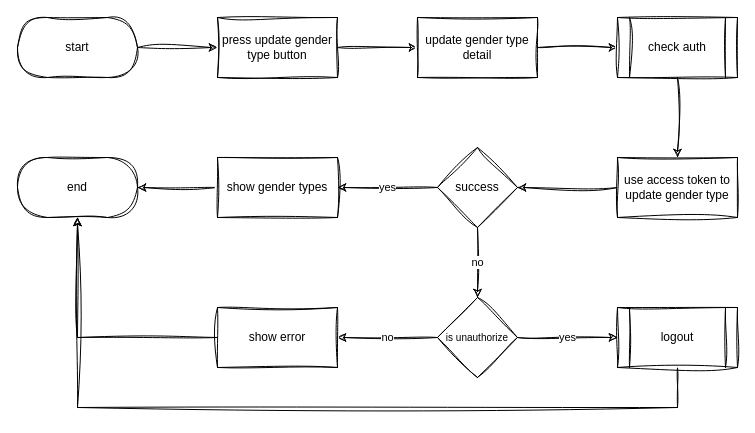
Above: page "3 update gender type" (3 of 44) of docs/drawio/activity/activity_baseadmin.drawio in ssszZ-TH/party_fullstack_docker5 (draw.io), before the change. Source tidied: cells renumbered, new cells numbered last; positions are measured from the earlier drawing's top-left corner, leaving out a move shared by most shapes. Both pictures are drawn from the tidied source at 100%, with x=0, y=0 at pixel (17, 17).
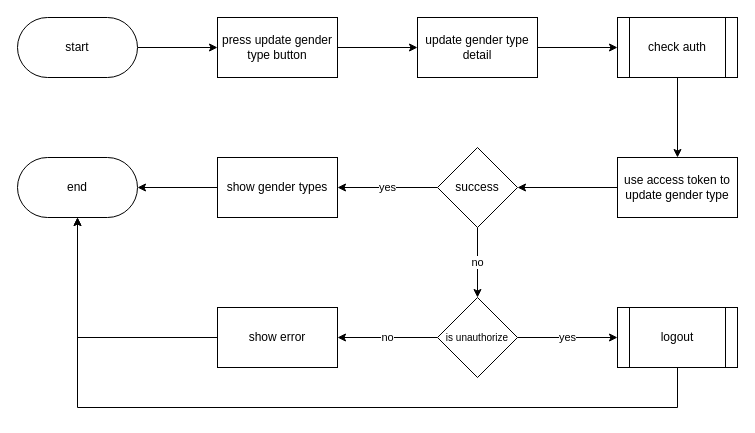
After the change.

The edit, as a diff of the source:
```diff
@@
-    <mxCell id="0" />
-    <mxCell id="1" parent="0" />
+    <mxCell id="25" />
+    <mxCell id="26" parent="25" />
-    <mxCell id="2" style="edgeStyle=orthogonalEdgeStyle;rounded=0;jettySize=auto;html=1;sketch=1;curveFitting=1;jiggle=2;" parent="1" edge="1" source="3" target="6">
+    <mxCell id="2" style="edgeStyle=orthogonalEdgeStyle;rounded=0;jettySize=auto;html=1;" parent="26" edge="1" source="3" target="6">
       <mxGeometry relative="1" as="geometry" />
     </mxCell>
-    <mxCell id="3" value="start" style="rounded=1;whiteSpace=wrap;html=1;arcSize=50;sketch=1;curveFitting=1;jiggle=2;" parent="1" vertex="1">
+    <mxCell id="3" value="start" style="rounded=1;whiteSpace=wrap;html=1;arcSize=50;" parent="26" vertex="1">
       <mxGeometry width="120" height="60" as="geometry" />
     </mxCell>
-    <mxCell id="4" value="end" style="rounded=1;whiteSpace=wrap;html=1;arcSize=50;sketch=1;curveFitting=1;jiggle=2;" parent="1" vertex="1">
+    <mxCell id="4" value="end" style="rounded=1;whiteSpace=wrap;html=1;arcSize=50;" parent="26" vertex="1">
       <mxGeometry y="140" width="120" height="60" as="geometry" />
     </mxCell>
-    <mxCell id="5" style="edgeStyle=orthogonalEdgeStyle;rounded=0;jettySize=auto;html=1;sketch=1;curveFitting=1;jiggle=2;" parent="1" edge="1" source="6" target="8">
+    <mxCell id="5" style="edgeStyle=orthogonalEdgeStyle;rounded=0;jettySize=auto;html=1;" parent="26" edge="1" source="6" target="8">
       <mxGeometry relative="1" as="geometry" />
     </mxCell>
-    <mxCell id="6" value="press update gender type button" style="whiteSpace=wrap;html=1;rounded=0;arcSize=50;sketch=1;curveFitting=1;jiggle=2;" parent="1" vertex="1">
+    <mxCell id="6" value="press update gender type button" style="whiteSpace=wrap;html=1;rounded=0;arcSize=50;" parent="26" vertex="1">
       <mxGeometry x="200" width="120" height="60" as="geometry" />
     </mxCell>
-    <mxCell id="7" style="edgeStyle=orthogonalEdgeStyle;rounded=0;jettySize=auto;html=1;sketch=1;curveFitting=1;jiggle=2;" parent="1" edge="1" source="8" target="10">
+    <mxCell id="7" style="edgeStyle=orthogonalEdgeStyle;rounded=0;jettySize=auto;html=1;" parent="26" edge="1" source="8" target="10">
       <mxGeometry relative="1" as="geometry" />
     </mxCell>
-    <mxCell id="8" value="update gender type detail" style="whiteSpace=wrap;html=1;rounded=0;arcSize=50;sketch=1;curveFitting=1;jiggle=2;" parent="1" vertex="1">
+    <mxCell id="8" value="update gender type detail" style="whiteSpace=wrap;html=1;rounded=0;arcSize=50;" parent="26" vertex="1">
       <mxGeometry x="400" width="120" height="60" as="geometry" />
     </mxCell>
-    <mxCell id="9" style="edgeStyle=orthogonalEdgeStyle;rounded=0;jettySize=auto;html=1;sketch=1;curveFitting=1;jiggle=2;" parent="1" edge="1" source="10" target="12">
+    <mxCell id="9" style="edgeStyle=orthogonalEdgeStyle;rounded=0;jettySize=auto;html=1;" parent="26" edge="1" source="10" target="12">
       <mxGeometry relative="1" as="geometry" />
     </mxCell>
-    <mxCell id="10" value="check auth" style="shape=process;whiteSpace=wrap;html=1;backgroundOutline=1;sketch=1;curveFitting=1;jiggle=2;" parent="1" vertex="1">
+    <mxCell id="10" value="check auth" style="shape=process;whiteSpace=wrap;html=1;backgroundOutline=1;" parent="26" vertex="1">
       <mxGeometry x="600" width="120" height="60" as="geometry" />
     </mxCell>
-    <mxCell id="11" style="edgeStyle=orthogonalEdgeStyle;rounded=0;jettySize=auto;html=1;sketch=1;curveFitting=1;jiggle=2;" parent="1" edge="1" source="12" target="15">
+    <mxCell id="11" style="edgeStyle=orthogonalEdgeStyle;rounded=0;jettySize=auto;html=1;" parent="26" edge="1" source="12" target="15">
       <mxGeometry relative="1" as="geometry" />
     </mxCell>
-    <mxCell id="12" value="use access token to update gender type" style="whiteSpace=wrap;html=1;sketch=1;curveFitting=1;jiggle=2;" parent="1" vertex="1">
+    <mxCell id="12" value="use access token to update gender type" style="whiteSpace=wrap;html=1;" parent="26" vertex="1">
       <mxGeometry x="600" y="140" width="120" height="60" as="geometry" />
     </mxCell>
-    <mxCell id="13" value="yes" style="edgeStyle=orthogonalEdgeStyle;rounded=0;jettySize=auto;html=1;sketch=1;curveFitting=1;jiggle=2;" parent="1" edge="1" source="15" target="17">
+    <mxCell id="13" value="yes" style="edgeStyle=orthogonalEdgeStyle;rounded=0;jettySize=auto;html=1;" parent="26" edge="1" source="15" target="17">
       <mxGeometry relative="1" as="geometry" />
     </mxCell>
-    <mxCell id="14" value="no" style="edgeStyle=orthogonalEdgeStyle;rounded=0;jettySize=auto;html=1;sketch=1;curveFitting=1;jiggle=2;" parent="1" edge="1" source="15" target="20">
+    <mxCell id="14" value="no" style="edgeStyle=orthogonalEdgeStyle;rounded=0;jettySize=auto;html=1;" parent="26" edge="1" source="15" target="20">
       <mxGeometry relative="1" as="geometry" />
     </mxCell>
-    <mxCell id="15" value="success" style="rhombus;whiteSpace=wrap;html=1;sketch=1;curveFitting=1;jiggle=2;" parent="1" vertex="1">
+    <mxCell id="15" value="success" style="rhombus;whiteSpace=wrap;html=1;" parent="26" vertex="1">
       <mxGeometry x="420" y="130" width="80" height="80" as="geometry" />
     </mxCell>
-    <mxCell id="16" style="edgeStyle=orthogonalEdgeStyle;rounded=0;jettySize=auto;html=1;sketch=1;curveFitting=1;jiggle=2;" parent="1" edge="1" source="17" target="4">
+    <mxCell id="16" style="edgeStyle=orthogonalEdgeStyle;rounded=0;jettySize=auto;html=1;" parent="26" edge="1" source="17" target="4">
       <mxGeometry relative="1" as="geometry" />
     </mxCell>
-    <mxCell id="17" value="show gender types" style="rounded=0;whiteSpace=wrap;html=1;sketch=1;curveFitting=1;jiggle=2;" parent="1" vertex="1">
+    <mxCell id="17" value="show gender types" style="rounded=0;whiteSpace=wrap;html=1;" parent="26" vertex="1">
       <mxGeometry x="200" y="140" width="120" height="60" as="geometry" />
     </mxCell>
-    <mxCell id="18" value="no" style="edgeStyle=orthogonalEdgeStyle;rounded=0;jettySize=auto;html=1;sketch=1;curveFitting=1;jiggle=2;" parent="1" edge="1" source="20" target="24">
+    <mxCell id="18" value="no" style="edgeStyle=orthogonalEdgeStyle;rounded=0;jettySize=auto;html=1;" parent="26" edge="1" source="20" target="24">
       <mxGeometry relative="1" as="geometry" />
     </mxCell>
-    <mxCell id="19" value="yes" style="edgeStyle=orthogonalEdgeStyle;rounded=0;jettySize=auto;html=1;sketch=1;curveFitting=1;jiggle=2;" parent="1" edge="1" source="20" target="22">
+    <mxCell id="19" value="yes" style="edgeStyle=orthogonalEdgeStyle;rounded=0;jettySize=auto;html=1;" parent="26" edge="1" source="20" target="22">
       <mxGeometry relative="1" as="geometry" />
     </mxCell>
-    <mxCell id="20" value="&lt;font style=&quot;font-size: 10px;&quot;&gt;is unauthorize&lt;/font&gt;" style="rhombus;whiteSpace=wrap;html=1;sketch=1;curveFitting=1;jiggle=2;" parent="1" vertex="1">
+    <mxCell id="20" value="&lt;font style=&quot;font-size: 10px;&quot;&gt;is unauthorize&lt;/font&gt;" style="rhombus;whiteSpace=wrap;html=1;" parent="26" vertex="1">
       <mxGeometry x="420" y="280" width="80" height="80" as="geometry" />
     </mxCell>
-    <mxCell id="21" style="edgeStyle=orthogonalEdgeStyle;rounded=0;jettySize=auto;html=1;sketch=1;curveFitting=1;jiggle=2;" parent="1" edge="1" source="22" target="4">
+    <mxCell id="21" style="edgeStyle=orthogonalEdgeStyle;rounded=0;jettySize=auto;html=1;" parent="26" edge="1" source="22" target="4">
       <mxGeometry relative="1" as="geometry">
         <Array as="points">
           <mxPoint x="660" y="390" />
           <mxPoint x="60" y="390" />
         </Array>
       </mxGeometry>
     </mxCell>
-    <mxCell id="22" value="logout" style="shape=process;whiteSpace=wrap;html=1;backgroundOutline=1;sketch=1;curveFitting=1;jiggle=2;" parent="1" vertex="1">
+    <mxCell id="22" value="logout" style="shape=process;whiteSpace=wrap;html=1;backgroundOutline=1;" parent="26" vertex="1">
       <mxGeometry x="600" y="290" width="120" height="60" as="geometry" />
     </mxCell>
-    <mxCell id="23" style="edgeStyle=orthogonalEdgeStyle;rounded=0;jettySize=auto;html=1;sketch=1;curveFitting=1;jiggle=2;" parent="1" edge="1" source="24" target="4">
+    <mxCell id="23" style="edgeStyle=orthogonalEdgeStyle;rounded=0;jettySize=auto;html=1;" parent="26" edge="1" source="24" target="4">
       <mxGeometry relative="1" as="geometry" />
     </mxCell>
-    <mxCell id="24" value="show error" style="rounded=0;whiteSpace=wrap;html=1;sketch=1;curveFitting=1;jiggle=2;" parent="1" vertex="1">
+    <mxCell id="24" value="show error" style="rounded=0;whiteSpace=wrap;html=1;" parent="26" vertex="1">
       <mxGeometry x="200" y="290" width="120" height="60" as="geometry" />
     </mxCell>
```
